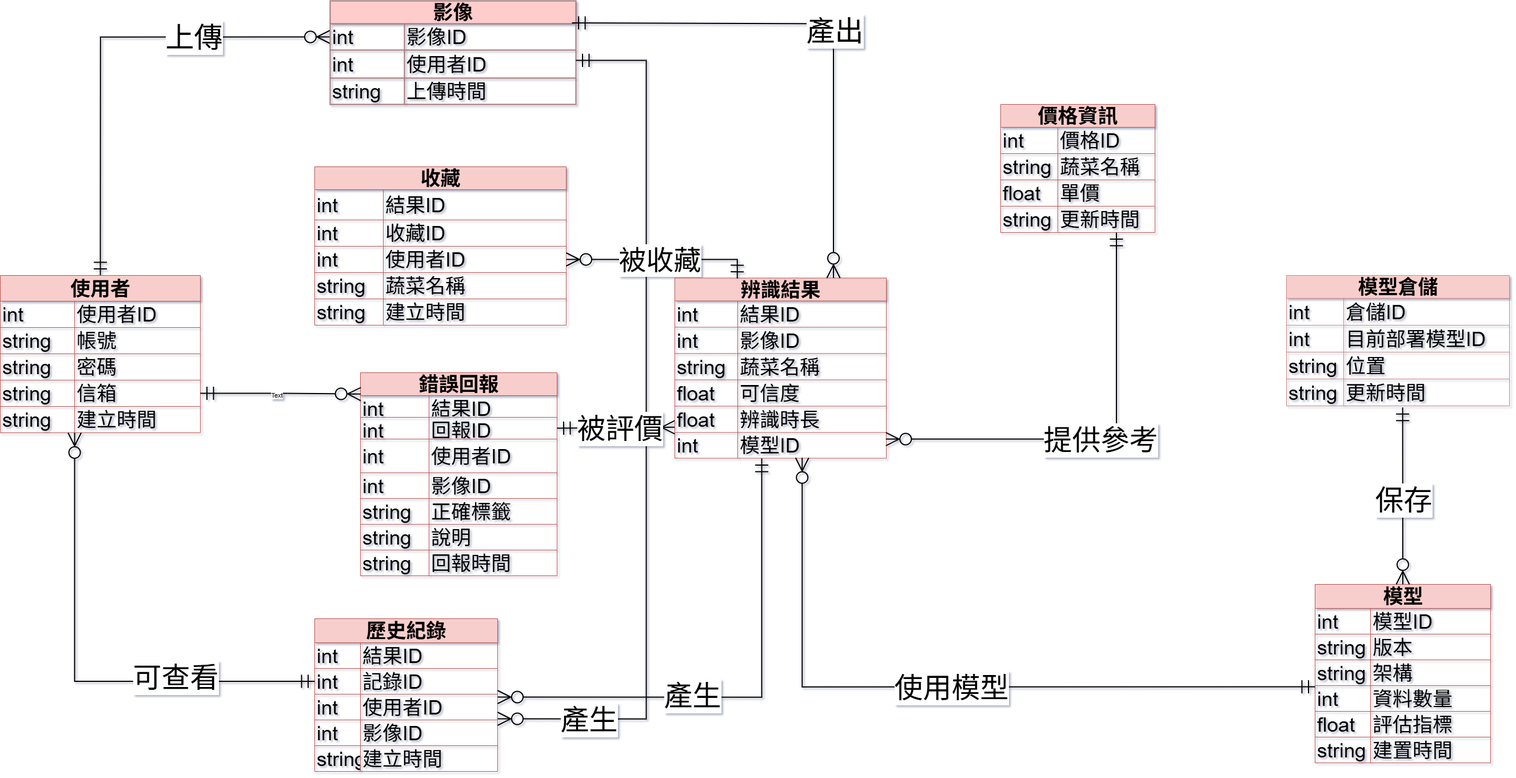
Above: hw7.md.drawio.png in shan-tai/teamwork (draw.io), before the change. Source tidied: cells renumbered, new cells last; positions are measured from the earlier drawing's top-left corner, leaving out a move shared by most shapes.
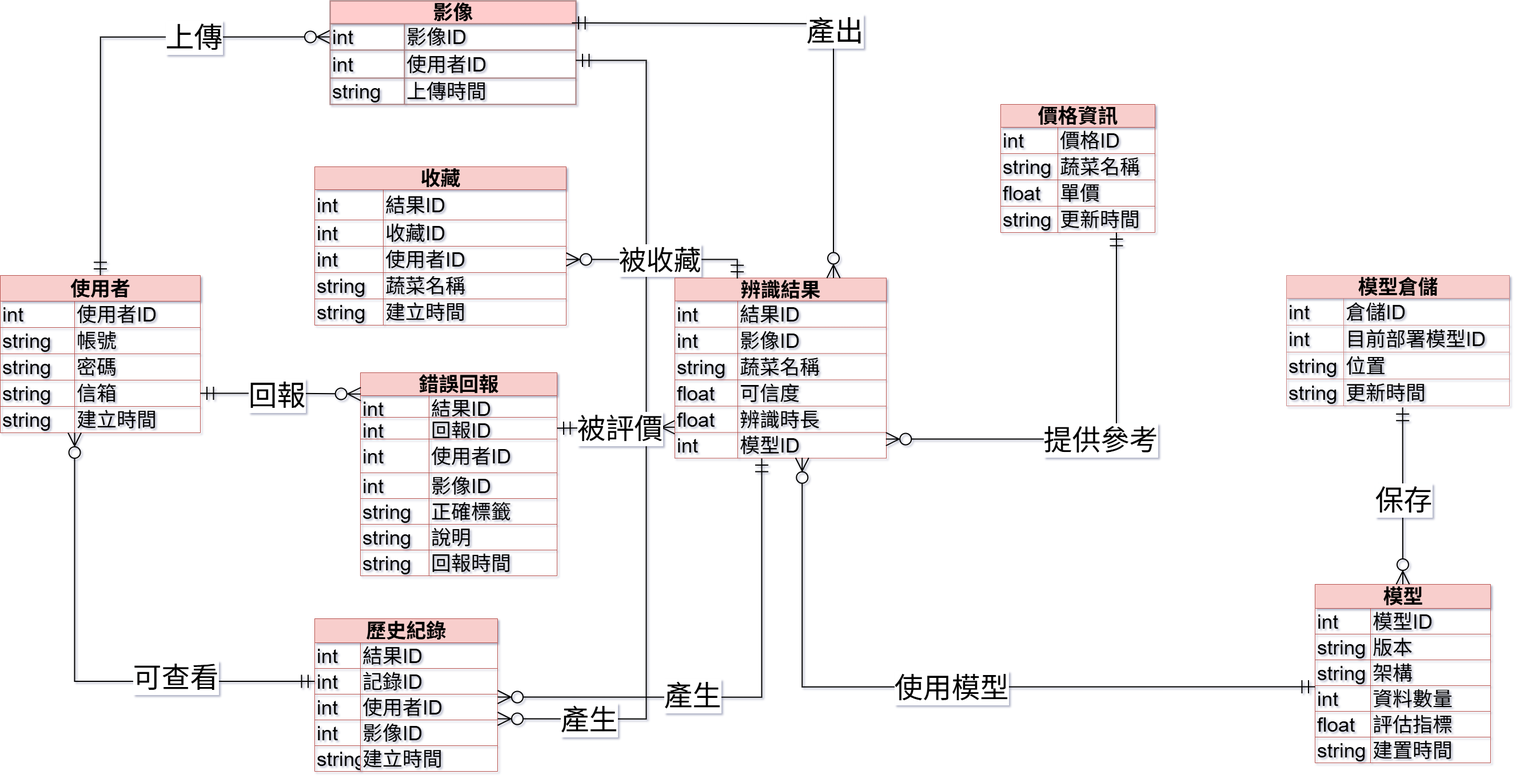
The same file after the commit.

Diff of the diagram source:
```diff
@@ -452,7 +452,7 @@
     <mxCell id="149" style="edgeStyle=orthogonalEdgeStyle;rounded=0;jettySize=auto;html=1;exitX=1;exitY=0.5;exitDx=0;exitDy=0;entryX=0.002;entryY=0.105;entryDx=0;entryDy=0;entryPerimeter=0;startArrow=ERmandOne;startFill=0;endArrow=ERzeroToMany;endFill=0;startSize=20;endSize=20;strokeWidth=2;" parent="1" edge="1" source="14" target="62">
       <mxGeometry relative="1" as="geometry" />
     </mxCell>
-    <mxCell id="150" value="Text" style="edgeLabel;html=1;align=center;verticalAlign=middle;" parent="149" vertex="1">
+    <mxCell id="150" value="&lt;span style=&quot;font-size: 50px;&quot;&gt;回報&lt;/span&gt;" style="edgeLabel;html=1;align=center;verticalAlign=middle;" parent="149" vertex="1">
       <mxGeometry x="-0.07" y="-2" relative="1" as="geometry" />
     </mxCell>
     <mxCell id="151" style="edgeStyle=orthogonalEdgeStyle;rounded=0;jettySize=auto;html=1;entryX=0;entryY=0.5;entryDx=0;entryDy=0;fontSize=15;exitX=0;exitY=0.5;exitDx=0;exitDy=0;startArrow=ERmandOne;startFill=0;endArrow=ERzeroToMany;endFill=0;startSize=20;endSize=20;strokeWidth=2;" parent="1" edge="1" source="120">
```
